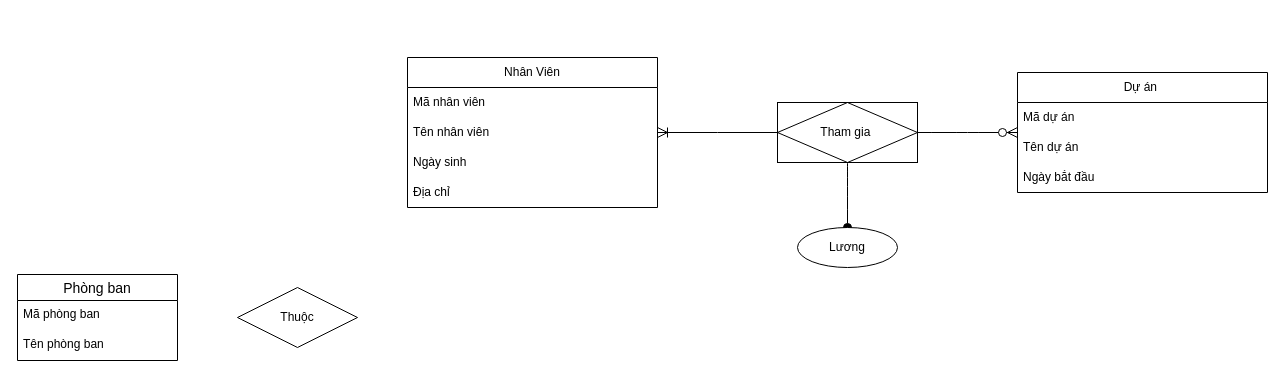
Before: page "Bài 1" (1 of 3) of CSDL_IT5_ITB104_Võ_Huy_Long.drawio in LONGDKZdev/Flowchart, a draw.io diagram. Source tidied: cells renumbered, new cells numbered last; positions are measured from the earlier drawing's top-left corner, leaving out a move shared by most shapes. Both pictures are drawn from the tidied source at 100%, with x=0, y=0 at pixel (17, 57).
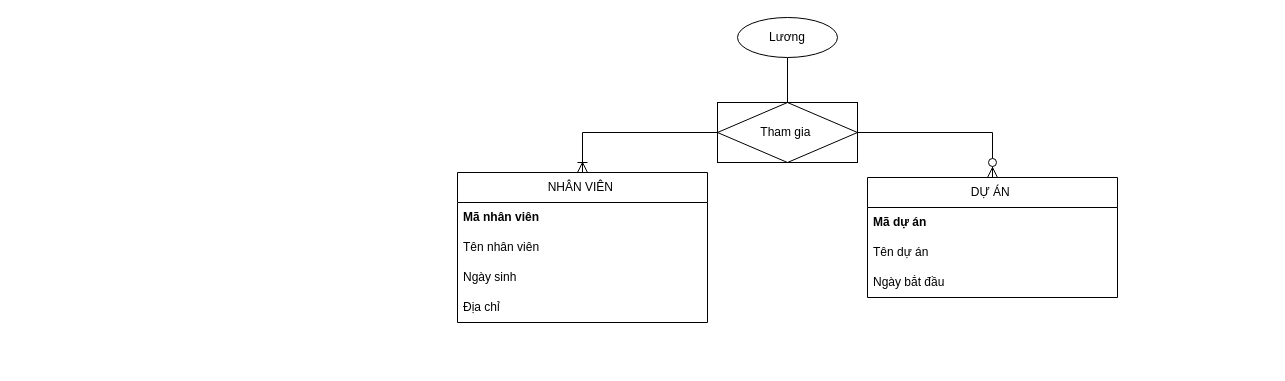
The same page after the edit.

Diff of the diagram source:
```diff
@@
-    <mxCell id="2" value="Nhân Viên" style="swimlane;fontStyle=0;horizontal=1;startSize=30;whiteSpace=wrap;html=1;" parent="1" vertex="1">
-      <mxGeometry x="390" width="250" height="150" as="geometry" />
+    <mxCell id="2" value="NHÂN VIÊN&amp;nbsp;" style="swimlane;fontStyle=0;horizontal=1;startSize=30;whiteSpace=wrap;html=1;" parent="1" vertex="1">
+      <mxGeometry x="440" y="115" width="250" height="150" as="geometry" />
     </mxCell>
-    <mxCell id="3" value="Mã nhân viên" style="text;strokeColor=none;fillColor=none;align=left;verticalAlign=middle;spacingLeft=4;spacingRight=4;overflow=hidden;whiteSpace=wrap;html=1;" parent="2" vertex="1">
+    <mxCell id="3" value="&lt;b&gt;Mã nhân viên&lt;/b&gt;" style="text;strokeColor=none;fillColor=none;align=left;verticalAlign=middle;spacingLeft=4;spacingRight=4;overflow=hidden;whiteSpace=wrap;html=1;" parent="2" vertex="1">
       <mxGeometry y="30" width="250" height="30" as="geometry" />
     </mxCell>
@@
-    <mxCell id="8" value="Dự án&amp;nbsp;" style="swimlane;fontStyle=0;horizontal=1;startSize=30;whiteSpace=wrap;html=1;" parent="1" vertex="1">
-      <mxGeometry x="1000" y="15" width="250" height="120" as="geometry" />
+    <mxCell id="8" value="DỰ ÁN&amp;nbsp;" style="swimlane;fontStyle=0;horizontal=1;startSize=30;whiteSpace=wrap;html=1;" parent="1" vertex="1">
+      <mxGeometry x="850" y="120" width="250" height="120" as="geometry" />
     </mxCell>
-    <mxCell id="9" value="Mã dự án&amp;nbsp;" style="text;strokeColor=none;fillColor=none;align=left;verticalAlign=middle;spacingLeft=4;spacingRight=4;overflow=hidden;whiteSpace=wrap;html=1;" parent="8" vertex="1">
+    <mxCell id="9" value="&lt;b&gt;Mã dự án&amp;nbsp;&lt;/b&gt;" style="text;strokeColor=none;fillColor=none;align=left;verticalAlign=middle;spacingLeft=4;spacingRight=4;overflow=hidden;whiteSpace=wrap;html=1;" parent="8" vertex="1">
       <mxGeometry y="30" width="250" height="30" as="geometry" />
     </mxCell>
@@
-    <mxCell id="12" style="edgeStyle=none;curved=1;rounded=0;jettySize=auto;html=1;fontSize=12;startSize=8;endSize=8;endArrow=oval;endFill=1;" parent="1" edge="1" source="13" target="20">
+    <mxCell id="12" style="edgeStyle=orthogonalEdgeStyle;rounded=0;jettySize=auto;html=1;fontSize=12;startSize=8;endSize=8;endArrow=none;endFill=0;" parent="1" edge="1" source="13" target="20">
       <mxGeometry relative="1" as="geometry" />
     </mxCell>
     <mxCell id="13" value="Tham gia&amp;nbsp;" style="shape=associativeEntity;whiteSpace=wrap;html=1;align=center;" parent="1" vertex="1">
-      <mxGeometry x="760" y="45" width="140" height="60" as="geometry" />
+      <mxGeometry x="700" y="45" width="140" height="60" as="geometry" />
     </mxCell>
-    <mxCell id="14" style="edgeStyle=entityRelationEdgeStyle;fontSize=12;html=1;endArrow=ERoneToMany;rounded=0;startSize=8;endSize=8;curved=1;exitX=0;exitY=0.5;exitDx=0;exitDy=0;" parent="1" edge="1" source="13" target="2">
+    <mxCell id="14" style="edgeStyle=orthogonalEdgeStyle;fontSize=12;html=1;endArrow=ERoneToMany;rounded=0;startSize=8;endSize=8;exitX=0;exitY=0.5;exitDx=0;exitDy=0;" parent="1" edge="1" source="13" target="2">
       <mxGeometry relative="1" as="geometry" />
     </mxCell>
-    <mxCell id="15" style="edgeStyle=entityRelationEdgeStyle;fontSize=12;html=1;endArrow=ERzeroToMany;endFill=1;rounded=0;startSize=8;endSize=8;curved=1;" parent="1" edge="1" source="13" target="8">
+    <mxCell id="15" style="edgeStyle=orthogonalEdgeStyle;fontSize=12;html=1;endArrow=ERzeroToMany;endFill=1;rounded=0;startSize=8;endSize=8;" parent="1" edge="1" source="13" target="8">
       <mxGeometry relative="1" as="geometry" />
     </mxCell>
-    <mxCell id="16" value="Phòng ban" style="swimlane;fontStyle=0;horizontal=1;startSize=26;align=center;fontSize=14;" parent="1" vertex="1">
-      <mxGeometry y="217" width="160" height="86" as="geometry" />
-    </mxCell>
-    <mxCell id="17" value="Mã phòng ban" style="text;strokeColor=none;fillColor=none;spacingLeft=4;spacingRight=4;overflow=hidden;fontSize=12;whiteSpace=wrap;html=1;" parent="16" vertex="1">
-      <mxGeometry y="26" width="160" height="30" as="geometry" />
-    </mxCell>
-    <mxCell id="18" value="Tên phòng ban" style="text;strokeColor=none;fillColor=none;spacingLeft=4;spacingRight=4;overflow=hidden;fontSize=12;whiteSpace=wrap;html=1;" parent="16" vertex="1">
-      <mxGeometry y="56" width="160" height="30" as="geometry" />
-    </mxCell>
-    <mxCell id="19" value="Thuộc" style="shape=rhombus;perimeter=rhombusPerimeter;whiteSpace=wrap;html=1;align=center;" parent="1" vertex="1">
-      <mxGeometry x="220" y="230" width="120" height="60" as="geometry" />
-    </mxCell>
     <mxCell id="20" value="Lương" style="ellipse;whiteSpace=wrap;html=1;align=center;" parent="1" vertex="1">
-      <mxGeometry x="780" y="170" width="100" height="40" as="geometry" />
+      <mxGeometry x="720" y="-40" width="100" height="40" as="geometry" />
     </mxCell>
```
